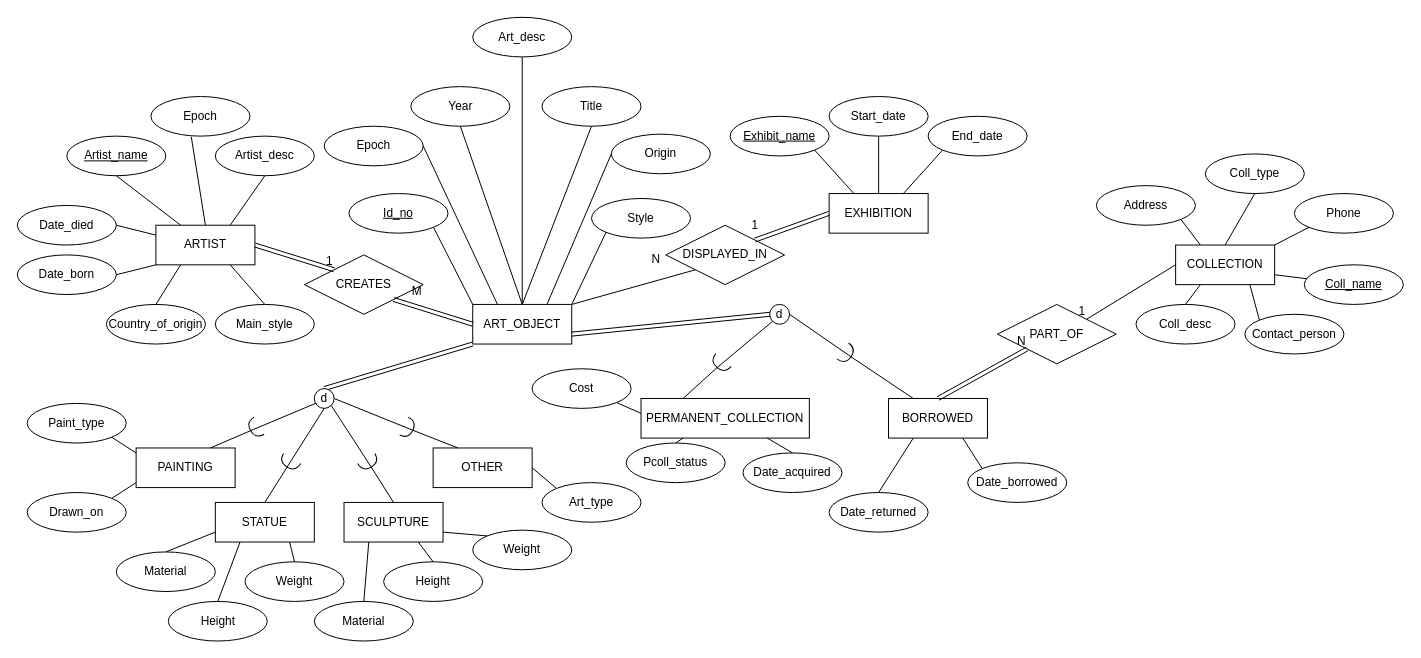
Before: Database-design/final_project_EER_diagram.drawio in ENSF-300-F23/museum-project-l01-34, a draw.io diagram. Source tidied: cells renumbered, new cells numbered last; positions are measured from the earlier drawing's top-left corner, leaving out a move shared by most shapes. Both pictures are drawn from the tidied source at 99%, with x=0, y=0 at pixel (17, 17).
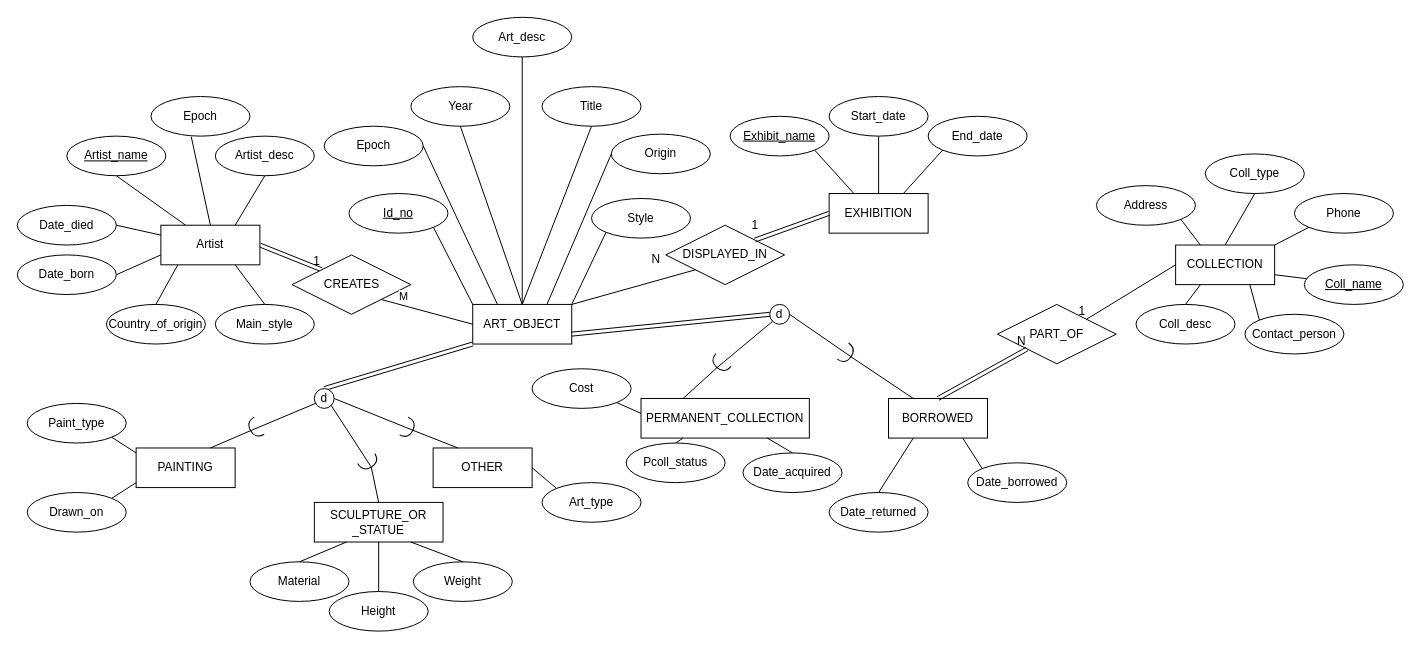
The same diagram, later.

Unchanged cells that the change refers to:
```xml
<mxCell id="2" value="ART_OBJECT" style="whiteSpace=wrap;html=1;align=center;" parent="1" vertex="1">
  <mxGeometry x="460" y="290" width="100" height="40" as="geometry" />
</mxCell>
<mxCell id="19" value="d" style="ellipse;whiteSpace=wrap;html=1;" parent="1" vertex="1">
  <mxGeometry x="300" y="375" width="20" height="20" as="geometry" />
</mxCell>
<mxCell id="47" value="Date_born" style="ellipse;whiteSpace=wrap;html=1;align=center;" parent="1" vertex="1">
  <mxGeometry y="240" width="100" height="40" as="geometry" />
</mxCell>
<mxCell id="48" value="Artist_name" style="ellipse;whiteSpace=wrap;html=1;align=center;fontStyle=4;" parent="1" vertex="1">
  <mxGeometry x="50" y="120" width="100" height="40" as="geometry" />
</mxCell>
<mxCell id="49" value="Date_died" style="ellipse;whiteSpace=wrap;html=1;align=center;" parent="1" vertex="1">
  <mxGeometry y="190" width="100" height="40" as="geometry" />
</mxCell>
<mxCell id="52" value="Country_of_origin" style="ellipse;whiteSpace=wrap;html=1;align=center;" parent="1" vertex="1">
  <mxGeometry x="90" y="290" width="100" height="40" as="geometry" />
</mxCell>
<mxCell id="53" value="Epoch" style="ellipse;whiteSpace=wrap;html=1;align=center;" parent="1" vertex="1">
  <mxGeometry x="135" y="80" width="100" height="40" as="geometry" />
</mxCell>
<mxCell id="54" value="Artist_desc" style="ellipse;whiteSpace=wrap;html=1;align=center;" parent="1" vertex="1">
  <mxGeometry x="200" y="120" width="100" height="40" as="geometry" />
</mxCell>
<mxCell id="55" value="Main_style" style="ellipse;whiteSpace=wrap;html=1;align=center;" parent="1" vertex="1">
  <mxGeometry x="200" y="290" width="100" height="40" as="geometry" />
</mxCell>
```

The edit, as a diff of the source:
```diff
@@
-    <mxCell id="13" value="STATUE" style="whiteSpace=wrap;html=1;align=center;" parent="1" vertex="1">
-      <mxGeometry x="200" y="490" width="100" height="40" as="geometry" />
-    </mxCell>
-    <mxCell id="14" value="SCULPTURE" style="whiteSpace=wrap;html=1;align=center;" parent="1" vertex="1">
-      <mxGeometry x="330" y="490" width="100" height="40" as="geometry" />
+    <mxCell id="14" value="SCULPTURE_OR _STATUE" style="whiteSpace=wrap;html=1;align=center;" parent="1" vertex="1">
+      <mxGeometry x="300" y="490" width="130" height="40" as="geometry" />
     </mxCell>
@@
-    <mxCell id="28" style="endArrow=none;html=1;rounded=0;entryX=0.5;entryY=1;entryDx=0;entryDy=0;exitX=1;exitY=0.5;exitDx=0;exitDy=0;exitPerimeter=0;" parent="1" edge="1" source="30" target="19">
-      <mxGeometry relative="1" as="geometry" />
-    </mxCell>
-    <mxCell id="29" style="endArrow=none;html=1;rounded=0;entryX=1;entryY=0.5;entryDx=0;entryDy=0;entryPerimeter=0;exitX=0.5;exitY=0;exitDx=0;exitDy=0;" parent="1" edge="1" source="13" target="30">
-      <mxGeometry relative="1" as="geometry" />
-    </mxCell>
-    <mxCell id="30" style="shape=requiredInterface;html=1;verticalLabelPosition=bottom;sketch=0;rotation=120;" parent="1" vertex="1">
-      <mxGeometry x="270" y="440" width="10" height="20" as="geometry" />
-    </mxCell>
@@
-    <mxCell id="39" value="ARTIST" style="whiteSpace=wrap;html=1;align=center;" parent="1" vertex="1">
-      <mxGeometry x="140" y="210" width="100" height="40" as="geometry" />
-    </mxCell>
@@
-    <mxCell id="41" value="CREATES" style="shape=rhombus;perimeter=rhombusPerimeter;whiteSpace=wrap;html=1;align=center;" parent="1" vertex="1">
-      <mxGeometry x="290" y="240" width="120" height="60" as="geometry" />
-    </mxCell>
     <mxCell id="42" value="Height" style="ellipse;whiteSpace=wrap;html=1;align=center;" parent="1" vertex="1">
-      <mxGeometry x="370" y="550" width="100" height="40" as="geometry" />
+      <mxGeometry x="315" y="580" width="100" height="40" as="geometry" />
     </mxCell>
-    <mxCell id="43" style="shape=link;html=1;rounded=0;entryX=1;entryY=1;entryDx=0;entryDy=0;exitX=0;exitY=0.5;exitDx=0;exitDy=0;" parent="1" edge="1" source="2" target="41">
-      <mxGeometry relative="1" as="geometry" />
-    </mxCell>
-    <mxCell id="44" value="M" style="html=1;whiteSpace=wrap;align=right;verticalAlign=bottom;" parent="43" vertex="1">
-      <mxGeometry x="1" relative="1" as="geometry">
-        <mxPoint x="30" as="offset" />
-      </mxGeometry>
-    </mxCell>
-    <mxCell id="45" style="shape=link;html=1;rounded=0;entryX=0;entryY=0;entryDx=0;entryDy=0;exitX=1;exitY=0.5;exitDx=0;exitDy=0;" parent="1" edge="1" source="39" target="41">
+    <mxCell id="45" style="shape=link;html=1;rounded=0;entryX=0;entryY=0;entryDx=0;entryDy=0;exitX=1;exitY=0.5;exitDx=0;exitDy=0;" parent="1" edge="1" source="128" target="41">
       <mxGeometry relative="1" as="geometry" />
     </mxCell>
@@
     <mxCell id="50" value="Material" style="ellipse;whiteSpace=wrap;html=1;align=center;" parent="1" vertex="1">
-      <mxGeometry x="300" y="590" width="100" height="40" as="geometry" />
+      <mxGeometry x="235" y="550" width="100" height="40" as="geometry" />
     </mxCell>
     <mxCell id="51" value="Weight" style="ellipse;whiteSpace=wrap;html=1;align=center;" parent="1" vertex="1">
-      <mxGeometry x="460" y="518" width="100" height="40" as="geometry" />
+      <mxGeometry x="400" y="550" width="100" height="40" as="geometry" />
     </mxCell>
@@
-    <mxCell id="56" style="endArrow=none;html=1;rounded=0;entryX=0.407;entryY=1.017;entryDx=0;entryDy=0;entryPerimeter=0;exitX=0.5;exitY=0;exitDx=0;exitDy=0;" parent="1" edge="1" source="39" target="53">
+    <mxCell id="56" style="endArrow=none;html=1;rounded=0;entryX=0.407;entryY=1.017;entryDx=0;entryDy=0;entryPerimeter=0;exitX=0.5;exitY=0;exitDx=0;exitDy=0;" parent="1" edge="1" source="128" target="53">
       <mxGeometry relative="1" as="geometry" />
     </mxCell>
-    <mxCell id="57" style="endArrow=none;html=1;rounded=0;exitX=0.5;exitY=0;exitDx=0;exitDy=0;entryX=0.75;entryY=1;entryDx=0;entryDy=0;" parent="1" edge="1" source="42" target="14">
+    <mxCell id="57" style="endArrow=none;html=1;rounded=0;exitX=0.5;exitY=0;exitDx=0;exitDy=0;entryX=0.5;entryY=1;entryDx=0;entryDy=0;" parent="1" edge="1" source="42" target="14">
       <mxGeometry relative="1" as="geometry" />
     </mxCell>
@@
-    <mxCell id="59" style="endArrow=none;html=1;rounded=0;entryX=0;entryY=0;entryDx=0;entryDy=0;exitX=1;exitY=0.75;exitDx=0;exitDy=0;" parent="1" edge="1" source="14" target="51">
+    <mxCell id="59" style="endArrow=none;html=1;rounded=0;entryX=0.5;entryY=0;entryDx=0;entryDy=0;exitX=0.75;exitY=1;exitDx=0;exitDy=0;" parent="1" edge="1" source="14" target="51">
       <mxGeometry relative="1" as="geometry" />
     </mxCell>
-    <mxCell id="60" style="endArrow=none;html=1;rounded=0;entryX=0.25;entryY=0;entryDx=0;entryDy=0;exitX=0.5;exitY=1;exitDx=0;exitDy=0;" parent="1" edge="1" source="48" target="39">
+    <mxCell id="60" style="endArrow=none;html=1;rounded=0;entryX=0.25;entryY=0;entryDx=0;entryDy=0;exitX=0.5;exitY=1;exitDx=0;exitDy=0;" parent="1" edge="1" source="48" target="128">
       <mxGeometry relative="1" as="geometry" />
     </mxCell>
-    <mxCell id="61" style="endArrow=none;html=1;rounded=0;entryX=0;entryY=1;entryDx=0;entryDy=0;exitX=1;exitY=0.5;exitDx=0;exitDy=0;" parent="1" edge="1" source="47" target="39">
+    <mxCell id="61" style="endArrow=none;html=1;rounded=0;entryX=0;entryY=0.75;entryDx=0;entryDy=0;exitX=1;exitY=0.5;exitDx=0;exitDy=0;" parent="1" edge="1" source="47" target="128">
       <mxGeometry relative="1" as="geometry" />
     </mxCell>
-    <mxCell id="62" style="endArrow=none;html=1;rounded=0;entryX=0;entryY=0.25;entryDx=0;entryDy=0;exitX=1;exitY=0.5;exitDx=0;exitDy=0;" parent="1" edge="1" source="49" target="39">
+    <mxCell id="62" style="endArrow=none;html=1;rounded=0;entryX=0;entryY=0.25;entryDx=0;entryDy=0;exitX=1;exitY=0.5;exitDx=0;exitDy=0;" parent="1" edge="1" source="49" target="128">
       <mxGeometry relative="1" as="geometry" />
     </mxCell>
-    <mxCell id="63" style="endArrow=none;html=1;rounded=0;entryX=0.25;entryY=1;entryDx=0;entryDy=0;exitX=0.5;exitY=0;exitDx=0;exitDy=0;" parent="1" edge="1" source="52" target="39">
+    <mxCell id="63" style="endArrow=none;html=1;rounded=0;entryX=0.175;entryY=0.983;entryDx=0;entryDy=0;exitX=0.5;exitY=0;exitDx=0;exitDy=0;entryPerimeter=0;" parent="1" edge="1" source="52" target="128">
       <mxGeometry relative="1" as="geometry" />
     </mxCell>
-    <mxCell id="64" style="endArrow=none;html=1;rounded=0;entryX=0.75;entryY=1;entryDx=0;entryDy=0;exitX=0.5;exitY=0;exitDx=0;exitDy=0;" parent="1" edge="1" source="55" target="39">
+    <mxCell id="64" style="endArrow=none;html=1;rounded=0;entryX=0.75;entryY=1;entryDx=0;entryDy=0;exitX=0.5;exitY=0;exitDx=0;exitDy=0;" parent="1" edge="1" source="55" target="128">
       <mxGeometry relative="1" as="geometry" />
     </mxCell>
-    <mxCell id="65" style="endArrow=none;html=1;rounded=0;entryX=0.5;entryY=1;entryDx=0;entryDy=0;exitX=0.75;exitY=0;exitDx=0;exitDy=0;" parent="1" edge="1" source="39" target="54">
+    <mxCell id="65" style="endArrow=none;html=1;rounded=0;entryX=0.5;entryY=1;entryDx=0;entryDy=0;exitX=0.75;exitY=0;exitDx=0;exitDy=0;" parent="1" edge="1" source="128" target="54">
       <mxGeometry relative="1" as="geometry" />
     </mxCell>
@@
-    <mxCell id="72" value="Height" style="ellipse;whiteSpace=wrap;html=1;align=center;" parent="1" vertex="1">
-      <mxGeometry x="152.5" y="590" width="100" height="40" as="geometry" />
-    </mxCell>
-    <mxCell id="73" value="Material" style="ellipse;whiteSpace=wrap;html=1;align=center;" parent="1" vertex="1">
-      <mxGeometry x="100" y="540" width="100" height="40" as="geometry" />
-    </mxCell>
-    <mxCell id="74" value="Weight" style="ellipse;whiteSpace=wrap;html=1;align=center;" parent="1" vertex="1">
-      <mxGeometry x="230" y="550" width="100" height="40" as="geometry" />
-    </mxCell>
-    <mxCell id="75" style="endArrow=none;html=1;rounded=0;exitX=0.5;exitY=0;exitDx=0;exitDy=0;entryX=0.25;entryY=1;entryDx=0;entryDy=0;" parent="1" edge="1" source="72" target="13">
-      <mxGeometry relative="1" as="geometry" />
-    </mxCell>
-    <mxCell id="76" style="endArrow=none;html=1;rounded=0;exitX=0.5;exitY=0;exitDx=0;exitDy=0;entryX=0;entryY=0.75;entryDx=0;entryDy=0;" parent="1" edge="1" source="73" target="13">
-      <mxGeometry relative="1" as="geometry" />
-    </mxCell>
-    <mxCell id="77" style="endArrow=none;html=1;rounded=0;entryX=0.5;entryY=0;entryDx=0;entryDy=0;exitX=0.75;exitY=1;exitDx=0;exitDy=0;" parent="1" edge="1" source="13" target="74">
-      <mxGeometry relative="1" as="geometry" />
-    </mxCell>
@@
+    <mxCell id="128" value="Artist" style="shape=ext;margin=3;double=0;whiteSpace=wrap;html=1;align=center;" parent="1" vertex="1">
+      <mxGeometry x="145" y="210" width="100" height="40" as="geometry" />
+    </mxCell>
+    <mxCell id="41" value="CREATES" style="shape=rhombus;double=0;perimeter=rhombusPerimeter;whiteSpace=wrap;html=1;align=center;" parent="1" vertex="1">
+      <mxGeometry x="277.5" y="240" width="120" height="60" as="geometry" />
+    </mxCell>
+    <mxCell id="129" style="endArrow=none;html=1;exitX=1;exitY=1;exitDx=0;exitDy=0;entryX=0;entryY=0.5;entryDx=0;entryDy=0;" parent="1" edge="1" source="41" target="2">
+      <mxGeometry relative="1" as="geometry" />
+    </mxCell>
+    <mxCell id="44" value="M" style="edgeLabel;html=1;align=center;verticalAlign=middle;" parent="129" vertex="1">
+      <mxGeometry x="-0.59" y="9" relative="1" as="geometry" />
+    </mxCell>
```
